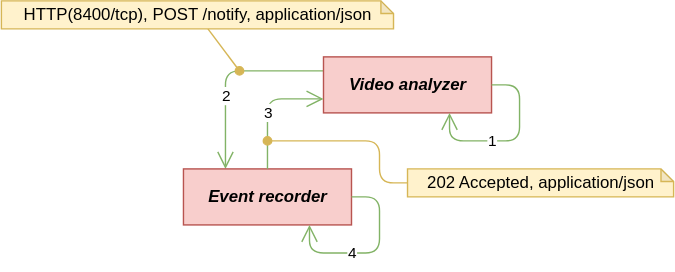
The draw.io diagram docs/sdd/figs/6-5.drawio.svg in skim2048/babycat, before a commit. Source tidied: cells renumbered, new cells last; positions are measured from the earlier drawing's top-left corner, leaving out a move shared by most shapes. Its diagram source:
```xml
<mxGraphModel>
  <root>
    <mxCell id="0" />
    <mxCell id="1" parent="0" />
    <mxCell id="2" value="&amp;nbsp;2&amp;nbsp;" style="edgeStyle=orthogonalEdgeStyle;html=1;endArrow=open;endFill=0;endSize=10;fillColor=#d5e8d4;strokeColor=#82b366;exitX=0;exitY=0.25;exitDx=0;exitDy=0;entryX=0.25;entryY=0;entryDx=0;entryDy=0;" parent="1" edge="1" source="3" target="4">
      <mxGeometry x="0.25" relative="1" as="geometry">
        <Array as="points">
          <mxPoint x="160" y="50" />
        </Array>
      </mxGeometry>
    </mxCell>
    <mxCell id="3" value="Video analyzer" style="rounded=0;whiteSpace=wrap;html=1;fillColor=#f8cecc;strokeColor=#b85450;fontStyle=3;" parent="1" vertex="1">
      <mxGeometry x="230" y="40" width="120" height="40" as="geometry" />
    </mxCell>
    <mxCell id="4" value="Event recorder" style="rounded=0;whiteSpace=wrap;html=1;fillColor=#f8cecc;strokeColor=#b85450;fontStyle=3;" parent="1" vertex="1">
      <mxGeometry x="130" y="120" width="120" height="40" as="geometry" />
    </mxCell>
    <mxCell id="5" value="&amp;nbsp;1&amp;nbsp;" style="edgeStyle=orthogonalEdgeStyle;html=1;endArrow=open;endFill=0;endSize=10;entryX=0.75;entryY=1;entryDx=0;entryDy=0;exitX=1;exitY=0.5;exitDx=0;exitDy=0;fillColor=#d5e8d4;strokeColor=#82b366;innerLoopWaypoints=1;" parent="1" edge="1" source="3" target="3">
      <mxGeometry x="0.23" relative="1" as="geometry">
        <Array as="points">
          <mxPoint x="370" y="60" />
          <mxPoint x="370" y="100" />
          <mxPoint x="320" y="100" />
        </Array>
      </mxGeometry>
    </mxCell>
    <mxCell id="6" value="&amp;nbsp;4&amp;nbsp;" style="edgeStyle=orthogonalEdgeStyle;html=1;endArrow=open;endFill=0;endSize=10;entryX=0.75;entryY=1;entryDx=0;entryDy=0;exitX=1;exitY=0.5;exitDx=0;exitDy=0;fillColor=#d5e8d4;strokeColor=#82b366;innerLoopWaypoints=1;" parent="1" edge="1" source="4" target="4">
      <mxGeometry x="0.23" relative="1" as="geometry">
        <Array as="points">
          <mxPoint x="270" y="140" />
          <mxPoint x="270" y="180" />
          <mxPoint x="220" y="180" />
        </Array>
      </mxGeometry>
    </mxCell>
    <mxCell id="7" value="202 Accepted, application/json" style="shape=note;whiteSpace=wrap;html=1;backgroundOutline=1;darkOpacity=0.05;size=9;fillColor=#fff2cc;strokeColor=#d6b656;" parent="1" vertex="1">
      <mxGeometry x="290" y="120" width="190" height="20" as="geometry" />
    </mxCell>
    <mxCell id="8" value="&amp;nbsp;3&amp;nbsp;" style="edgeStyle=orthogonalEdgeStyle;html=1;endArrow=open;endFill=0;endSize=10;fillColor=#d5e8d4;strokeColor=#82b366;entryX=0;entryY=0.75;entryDx=0;entryDy=0;" parent="1" edge="1" source="4" target="3">
      <mxGeometry x="-0.11" relative="1" as="geometry" />
    </mxCell>
    <mxCell id="9" style="edgeStyle=none;html=1;endArrow=oval;endFill=1;fillColor=#fff2cc;strokeColor=#d6b656;" parent="1" edge="1" source="10">
      <mxGeometry relative="1" as="geometry">
        <mxPoint x="170" y="50" as="targetPoint" />
      </mxGeometry>
    </mxCell>
    <mxCell id="10" value="HTTP(8400/tcp), POST /notify, application/json" style="shape=note;whiteSpace=wrap;html=1;backgroundOutline=1;darkOpacity=0.05;size=9;fillColor=#fff2cc;strokeColor=#d6b656;" parent="1" vertex="1">
      <mxGeometry width="280" height="20" as="geometry" />
    </mxCell>
    <mxCell id="11" style="edgeStyle=orthogonalEdgeStyle;html=1;endArrow=oval;endFill=1;fillColor=#fff2cc;strokeColor=#d6b656;exitX=0;exitY=0.5;exitDx=0;exitDy=0;exitPerimeter=0;" parent="1" edge="1" source="7">
      <mxGeometry relative="1" as="geometry">
        <mxPoint x="190" y="100" as="targetPoint" />
        <Array as="points">
          <mxPoint x="270" y="130" />
          <mxPoint x="270" y="100" />
          <mxPoint x="190" y="100" />
        </Array>
      </mxGeometry>
    </mxCell>
  </root>
</mxGraphModel>
```
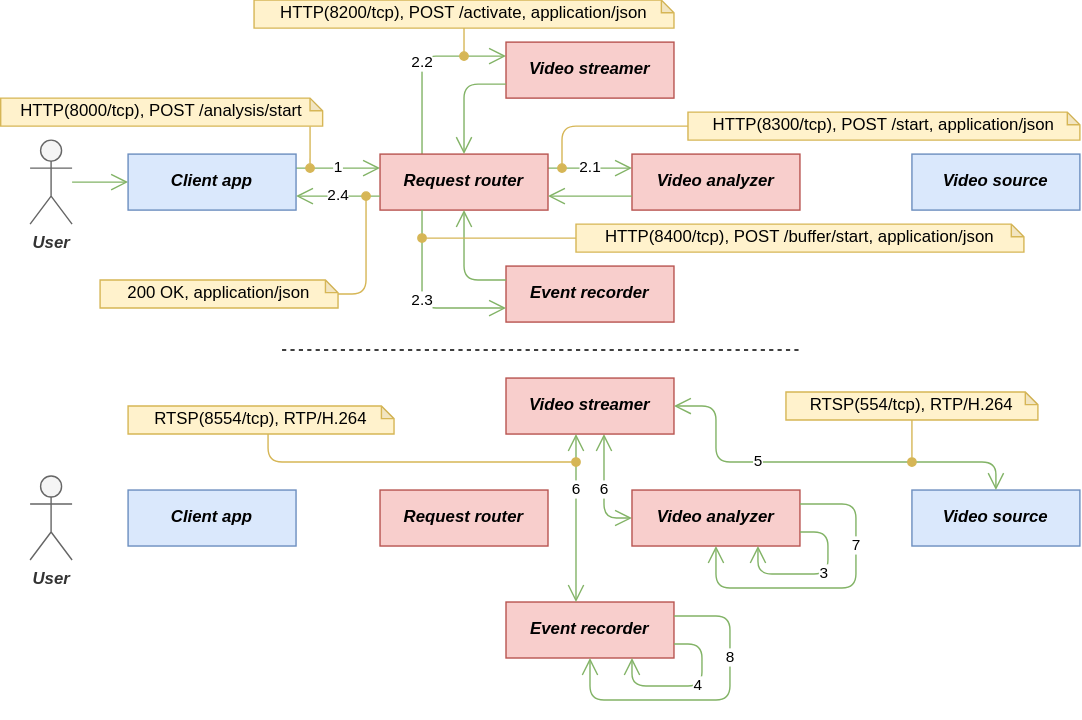
After the commit.

What changed in the source:
```diff
@@ -2,60 +2,209 @@
   <root>
     <mxCell id="0" />
     <mxCell id="1" parent="0" />
-    <mxCell id="2" value="&amp;nbsp;2&amp;nbsp;" style="edgeStyle=orthogonalEdgeStyle;html=1;endArrow=open;endFill=0;endSize=10;fillColor=#d5e8d4;strokeColor=#82b366;exitX=0;exitY=0.25;exitDx=0;exitDy=0;entryX=0.25;entryY=0;entryDx=0;entryDy=0;" parent="1" edge="1" source="3" target="4">
-      <mxGeometry x="0.25" relative="1" as="geometry">
-        <Array as="points">
-          <mxPoint x="160" y="50" />
-        </Array>
-      </mxGeometry>
-    </mxCell>
+    <mxCell id="12" value="6" style="edgeStyle=orthogonalEdgeStyle;html=1;endArrow=open;endFill=0;endSize=10;fillColor=#d5e8d4;strokeColor=#82b366;entryX=0;entryY=0.5;entryDx=0;entryDy=0;startArrow=open;startFill=0;startSize=10;" parent="1" edge="1" source="40" target="39">
+      <mxGeometry relative="1" as="geometry">
+        <Array as="points">
+          <mxPoint x="230" y="300" />
+        </Array>
+      </mxGeometry>
+    </mxCell>
+    <mxCell id="13" style="edgeStyle=none;html=1;endArrow=open;endFill=0;endSize=10;fillColor=#d5e8d4;strokeColor=#82b366;" parent="1" edge="1" source="14" target="15">
+      <mxGeometry relative="1" as="geometry">
+        <Array as="points">
+          <mxPoint x="-130" y="60" />
+        </Array>
+      </mxGeometry>
+    </mxCell>
+    <mxCell id="14" value="User" style="shape=umlActor;verticalLabelPosition=bottom;verticalAlign=top;html=1;outlineConnect=0;fillColor=#f5f5f5;fontColor=#333333;strokeColor=#666666;fontStyle=3;" parent="1" vertex="1">
+      <mxGeometry x="-180" y="30" width="30" height="60" as="geometry" />
+    </mxCell>
+    <mxCell id="5" value="&amp;nbsp;1&amp;nbsp;" style="edgeStyle=none;html=1;endArrow=open;endFill=0;endSize=10;entryX=0;entryY=0.25;entryDx=0;entryDy=0;exitX=1;exitY=0.25;exitDx=0;exitDy=0;fillColor=#d5e8d4;strokeColor=#82b366;" parent="1" edge="1" source="15" target="18">
+      <mxGeometry relative="1" as="geometry" />
+    </mxCell>
+    <mxCell id="15" value="Client app" style="rounded=0;whiteSpace=wrap;html=1;fillColor=#dae8fc;strokeColor=#6c8ebf;fontStyle=3;" parent="1" vertex="1">
+      <mxGeometry x="-110" y="40" width="120" height="40" as="geometry" />
+    </mxCell>
+    <mxCell id="16" value="&amp;nbsp;2.1&amp;nbsp;" style="edgeStyle=none;html=1;endArrow=open;endFill=0;endSize=10;exitX=1;exitY=0.25;exitDx=0;exitDy=0;entryX=0;entryY=0.25;entryDx=0;entryDy=0;fillColor=#d5e8d4;strokeColor=#82b366;" parent="1" edge="1" source="18" target="3">
+      <mxGeometry relative="1" as="geometry" />
+    </mxCell>
+    <mxCell id="17" value="&amp;nbsp;2.2&amp;nbsp;" style="edgeStyle=orthogonalEdgeStyle;html=1;endArrow=open;endFill=0;endSize=10;entryX=0;entryY=0.25;entryDx=0;entryDy=0;exitX=0.25;exitY=0;exitDx=0;exitDy=0;fillColor=#d5e8d4;strokeColor=#82b366;" parent="1" edge="1" source="18" target="19">
+      <mxGeometry relative="1" as="geometry" />
+    </mxCell>
+    <mxCell id="18" value="Request router" style="rounded=0;whiteSpace=wrap;html=1;fillColor=#f8cecc;strokeColor=#b85450;fontStyle=3;" parent="1" vertex="1">
+      <mxGeometry x="70" y="40" width="120" height="40" as="geometry" />
+    </mxCell>
     <mxCell id="3" value="Video analyzer" style="rounded=0;whiteSpace=wrap;html=1;fillColor=#f8cecc;strokeColor=#b85450;fontStyle=3;" parent="1" vertex="1">
-      <mxGeometry x="230" y="40" width="120" height="40" as="geometry" />
+      <mxGeometry x="250" y="40" width="120" height="40" as="geometry" />
     </mxCell>
+    <mxCell id="19" value="Video streamer" style="rounded=0;whiteSpace=wrap;html=1;fillColor=#f8cecc;strokeColor=#b85450;fontStyle=3;" parent="1" vertex="1">
+      <mxGeometry x="160" y="-40" width="120" height="40" as="geometry" />
+    </mxCell>
     <mxCell id="4" value="Event recorder" style="rounded=0;whiteSpace=wrap;html=1;fillColor=#f8cecc;strokeColor=#b85450;fontStyle=3;" parent="1" vertex="1">
-      <mxGeometry x="130" y="120" width="120" height="40" as="geometry" />
+      <mxGeometry x="160" y="120" width="120" height="40" as="geometry" />
     </mxCell>
-    <mxCell id="5" value="&amp;nbsp;1&amp;nbsp;" style="edgeStyle=orthogonalEdgeStyle;html=1;endArrow=open;endFill=0;endSize=10;entryX=0.75;entryY=1;entryDx=0;entryDy=0;exitX=1;exitY=0.5;exitDx=0;exitDy=0;fillColor=#d5e8d4;strokeColor=#82b366;innerLoopWaypoints=1;" parent="1" edge="1" source="3" target="3">
-      <mxGeometry x="0.23" relative="1" as="geometry">
-        <Array as="points">
-          <mxPoint x="370" y="60" />
-          <mxPoint x="370" y="100" />
-          <mxPoint x="320" y="100" />
-        </Array>
-      </mxGeometry>
-    </mxCell>
+    <mxCell id="20" value="Video source" style="rounded=0;whiteSpace=wrap;html=1;fillColor=#dae8fc;strokeColor=#6c8ebf;fontStyle=3;" parent="1" vertex="1">
+      <mxGeometry x="450" y="40" width="120" height="40" as="geometry" />
+    </mxCell>
+    <mxCell id="21" style="edgeStyle=orthogonalEdgeStyle;html=1;endArrow=open;endFill=0;endSize=10;entryX=0.5;entryY=0;entryDx=0;entryDy=0;exitX=0;exitY=0.75;exitDx=0;exitDy=0;fillColor=#d5e8d4;strokeColor=#82b366;" parent="1" edge="1" source="19" target="18">
+      <mxGeometry x="-0.11" relative="1" as="geometry" />
+    </mxCell>
+    <mxCell id="22" value="&amp;nbsp;2.3&amp;nbsp;" style="edgeStyle=orthogonalEdgeStyle;html=1;endArrow=open;endFill=0;endSize=10;entryX=0;entryY=0.75;entryDx=0;entryDy=0;exitX=0.25;exitY=1;exitDx=0;exitDy=0;fillColor=#d5e8d4;strokeColor=#82b366;" parent="1" edge="1" source="18" target="4">
+      <mxGeometry relative="1" as="geometry" />
+    </mxCell>
+    <mxCell id="23" style="edgeStyle=orthogonalEdgeStyle;html=1;endArrow=open;endFill=0;endSize=10;entryX=0.5;entryY=1;entryDx=0;entryDy=0;exitX=0;exitY=0.25;exitDx=0;exitDy=0;fillColor=#d5e8d4;strokeColor=#82b366;" parent="1" edge="1" source="4" target="18">
+      <mxGeometry x="-0.11" relative="1" as="geometry" />
+    </mxCell>
+    <mxCell id="24" style="edgeStyle=none;html=1;endArrow=open;endFill=0;endSize=10;exitX=0;exitY=0.75;exitDx=0;exitDy=0;entryX=1;entryY=0.75;entryDx=0;entryDy=0;fillColor=#d5e8d4;strokeColor=#82b366;" parent="1" edge="1" source="3" target="18">
+      <mxGeometry relative="1" as="geometry" />
+    </mxCell>
+    <mxCell id="25" value="&amp;nbsp;2.4&amp;nbsp;" style="edgeStyle=none;html=1;endArrow=open;endFill=0;endSize=10;exitX=0;exitY=0.75;exitDx=0;exitDy=0;entryX=1;entryY=0.75;entryDx=0;entryDy=0;fillColor=#d5e8d4;strokeColor=#82b366;" parent="1" edge="1" source="18" target="15">
+      <mxGeometry relative="1" as="geometry" />
+    </mxCell>
+    <mxCell id="26" value="HTTP(8000/tcp), POST /analysis/start" style="shape=note;whiteSpace=wrap;html=1;backgroundOutline=1;darkOpacity=0.05;size=9;fillColor=#fff2cc;strokeColor=#d6b656;" parent="1" vertex="1">
+      <mxGeometry x="-201" width="230" height="20" as="geometry" />
+    </mxCell>
+    <mxCell id="27" style="edgeStyle=none;html=1;endArrow=oval;endFill=1;fillColor=#fff2cc;strokeColor=#d6b656;exitX=0.961;exitY=1.01;exitDx=0;exitDy=0;exitPerimeter=0;" parent="1" edge="1" source="26">
+      <mxGeometry relative="1" as="geometry">
+        <mxPoint x="20" y="50" as="targetPoint" />
+      </mxGeometry>
+    </mxCell>
+    <mxCell id="28" value="HTTP(8200/tcp), POST /activate, application/json" style="shape=note;whiteSpace=wrap;html=1;backgroundOutline=1;darkOpacity=0.05;size=9;fillColor=#fff2cc;strokeColor=#d6b656;" parent="1" vertex="1">
+      <mxGeometry x="-20" y="-70" width="300" height="20" as="geometry" />
+    </mxCell>
+    <mxCell id="29" style="edgeStyle=none;html=1;endArrow=oval;endFill=1;fillColor=#fff2cc;strokeColor=#d6b656;" parent="1" edge="1" source="28">
+      <mxGeometry relative="1" as="geometry">
+        <mxPoint x="130" y="-30" as="targetPoint" />
+      </mxGeometry>
+    </mxCell>
+    <mxCell id="30" value="HTTP(8300/tcp), POST /start, application/json" style="shape=note;whiteSpace=wrap;html=1;backgroundOutline=1;darkOpacity=0.05;size=9;fillColor=#fff2cc;strokeColor=#d6b656;" parent="1" vertex="1">
+      <mxGeometry x="290" y="10" width="280" height="20" as="geometry" />
+    </mxCell>
+    <mxCell id="31" style="edgeStyle=orthogonalEdgeStyle;html=1;endArrow=oval;endFill=1;fillColor=#fff2cc;strokeColor=#d6b656;exitX=0;exitY=0.5;exitDx=0;exitDy=0;exitPerimeter=0;" parent="1" edge="1" source="30">
+      <mxGeometry relative="1" as="geometry">
+        <mxPoint x="200" y="50" as="targetPoint" />
+      </mxGeometry>
+    </mxCell>
+    <mxCell id="32" value="HTTP(8400/tcp), POST /buffer/start, application/json" style="shape=note;whiteSpace=wrap;html=1;backgroundOutline=1;darkOpacity=0.05;size=9;fillColor=#fff2cc;strokeColor=#d6b656;" parent="1" vertex="1">
+      <mxGeometry x="210" y="90" width="320" height="20" as="geometry" />
+    </mxCell>
+    <mxCell id="33" style="edgeStyle=none;html=1;endArrow=oval;endFill=1;fillColor=#fff2cc;strokeColor=#d6b656;" parent="1" edge="1" source="32">
+      <mxGeometry relative="1" as="geometry">
+        <mxPoint x="100" y="100" as="targetPoint" />
+        <Array as="points">
+          <mxPoint x="150" y="100" />
+        </Array>
+      </mxGeometry>
+    </mxCell>
+    <mxCell id="34" value="200 OK, application/json" style="shape=note;whiteSpace=wrap;html=1;backgroundOutline=1;darkOpacity=0.05;size=9;fillColor=#fff2cc;strokeColor=#d6b656;" parent="1" vertex="1">
+      <mxGeometry x="-130" y="130" width="170" height="20" as="geometry" />
+    </mxCell>
+    <mxCell id="35" style="edgeStyle=orthogonalEdgeStyle;html=1;endArrow=oval;endFill=1;fillColor=#fff2cc;strokeColor=#d6b656;" parent="1" edge="1" source="34">
+      <mxGeometry relative="1" as="geometry">
+        <mxPoint x="60" y="70" as="targetPoint" />
+      </mxGeometry>
+    </mxCell>
+    <mxCell id="36" value="User" style="shape=umlActor;verticalLabelPosition=bottom;verticalAlign=top;html=1;fillColor=#f5f5f5;fontColor=#333333;strokeColor=#666666;fontStyle=3;" parent="1" vertex="1">
+      <mxGeometry x="-180" y="270" width="30" height="60" as="geometry" />
+    </mxCell>
+    <mxCell id="37" value="Client app" style="rounded=0;whiteSpace=wrap;html=1;fillColor=#dae8fc;strokeColor=#6c8ebf;fontStyle=3;" parent="1" vertex="1">
+      <mxGeometry x="-110" y="280" width="120" height="40" as="geometry" />
+    </mxCell>
+    <mxCell id="38" value="Request router" style="rounded=0;whiteSpace=wrap;html=1;fillColor=#f8cecc;strokeColor=#b85450;fontStyle=3;" parent="1" vertex="1">
+      <mxGeometry x="70" y="280" width="120" height="40" as="geometry" />
+    </mxCell>
+    <mxCell id="39" value="Video analyzer" style="rounded=0;whiteSpace=wrap;html=1;fillColor=#f8cecc;strokeColor=#b85450;fontStyle=3;" parent="1" vertex="1">
+      <mxGeometry x="250" y="280" width="120" height="40" as="geometry" />
+    </mxCell>
+    <mxCell id="40" value="Video streamer" style="rounded=0;whiteSpace=wrap;html=1;fillColor=#f8cecc;strokeColor=#b85450;fontStyle=3;" parent="1" vertex="1">
+      <mxGeometry x="160" y="200" width="120" height="40" as="geometry" />
+    </mxCell>
+    <mxCell id="41" value="Event recorder" style="rounded=0;whiteSpace=wrap;html=1;fillColor=#f8cecc;strokeColor=#b85450;fontStyle=3;" parent="1" vertex="1">
+      <mxGeometry x="160" y="360" width="120" height="40" as="geometry" />
+    </mxCell>
+    <mxCell id="42" value="Video source" style="rounded=0;whiteSpace=wrap;html=1;fillColor=#dae8fc;strokeColor=#6c8ebf;fontStyle=3;" parent="1" vertex="1">
+      <mxGeometry x="450" y="280" width="120" height="40" as="geometry" />
+    </mxCell>
+    <mxCell id="8" value="&amp;nbsp;3&amp;nbsp;" style="edgeStyle=orthogonalEdgeStyle;html=1;endArrow=open;endFill=0;endSize=10;entryX=0.75;entryY=1;entryDx=0;entryDy=0;exitX=1;exitY=0.75;exitDx=0;exitDy=0;fillColor=#d5e8d4;strokeColor=#82b366;innerLoopWaypoints=1;" parent="1" edge="1" source="39" target="39">
+      <mxGeometry x="-0.11" relative="1" as="geometry">
+        <Array as="points">
+          <mxPoint x="390" y="310" />
+          <mxPoint x="390" y="340" />
+          <mxPoint x="340" y="340" />
+        </Array>
+      </mxGeometry>
+    </mxCell>
-    <mxCell id="6" value="&amp;nbsp;4&amp;nbsp;" style="edgeStyle=orthogonalEdgeStyle;html=1;endArrow=open;endFill=0;endSize=10;entryX=0.75;entryY=1;entryDx=0;entryDy=0;exitX=1;exitY=0.5;exitDx=0;exitDy=0;fillColor=#d5e8d4;strokeColor=#82b366;innerLoopWaypoints=1;" parent="1" edge="1" source="4" target="4">
-      <mxGeometry x="0.23" relative="1" as="geometry">
+    <mxCell id="6" value="&amp;nbsp;4&amp;nbsp;" style="edgeStyle=orthogonalEdgeStyle;html=1;endArrow=open;endFill=0;endSize=10;entryX=0.75;entryY=1;entryDx=0;entryDy=0;exitX=1;exitY=0.75;exitDx=0;exitDy=0;fillColor=#d5e8d4;strokeColor=#82b366;innerLoopWaypoints=1;" parent="1" edge="1" source="41" target="41">
+      <mxGeometry x="-0.11" relative="1" as="geometry">
         <Array as="points">
-          <mxPoint x="270" y="140" />
-          <mxPoint x="270" y="180" />
-          <mxPoint x="220" y="180" />
+          <mxPoint x="300" y="390" />
+          <mxPoint x="300" y="420" />
+          <mxPoint x="250" y="420" />
         </Array>
       </mxGeometry>
     </mxCell>
-    <mxCell id="7" value="202 Accepted, application/json" style="shape=note;whiteSpace=wrap;html=1;backgroundOutline=1;darkOpacity=0.05;size=9;fillColor=#fff2cc;strokeColor=#d6b656;" parent="1" vertex="1">
-      <mxGeometry x="290" y="120" width="190" height="20" as="geometry" />
-    </mxCell>
-    <mxCell id="8" value="&amp;nbsp;3&amp;nbsp;" style="edgeStyle=orthogonalEdgeStyle;html=1;endArrow=open;endFill=0;endSize=10;fillColor=#d5e8d4;strokeColor=#82b366;entryX=0;entryY=0.75;entryDx=0;entryDy=0;" parent="1" edge="1" source="4" target="3">
-      <mxGeometry x="-0.11" relative="1" as="geometry" />
-    </mxCell>
-    <mxCell id="9" style="edgeStyle=none;html=1;endArrow=oval;endFill=1;fillColor=#fff2cc;strokeColor=#d6b656;" parent="1" edge="1" source="10">
-      <mxGeometry relative="1" as="geometry">
-        <mxPoint x="170" y="50" as="targetPoint" />
-      </mxGeometry>
-    </mxCell>
-    <mxCell id="10" value="HTTP(8400/tcp), POST /notify, application/json" style="shape=note;whiteSpace=wrap;html=1;backgroundOutline=1;darkOpacity=0.05;size=9;fillColor=#fff2cc;strokeColor=#d6b656;" parent="1" vertex="1">
-      <mxGeometry width="280" height="20" as="geometry" />
-    </mxCell>
-    <mxCell id="11" style="edgeStyle=orthogonalEdgeStyle;html=1;endArrow=oval;endFill=1;fillColor=#fff2cc;strokeColor=#d6b656;exitX=0;exitY=0.5;exitDx=0;exitDy=0;exitPerimeter=0;" parent="1" edge="1" source="7">
-      <mxGeometry relative="1" as="geometry">
-        <mxPoint x="190" y="100" as="targetPoint" />
-        <Array as="points">
-          <mxPoint x="270" y="130" />
-          <mxPoint x="270" y="100" />
-          <mxPoint x="190" y="100" />
-        </Array>
-      </mxGeometry>
-    </mxCell>
+    <mxCell id="43" value="&amp;nbsp;5&amp;nbsp;" style="edgeStyle=orthogonalEdgeStyle;html=1;endArrow=open;endFill=0;endSize=10;fillColor=#d5e8d4;strokeColor=#82b366;startArrow=open;startFill=0;startSize=10;exitX=1;exitY=0.5;exitDx=0;exitDy=0;" parent="1" edge="1" source="40" target="42">
+      <mxGeometry x="-0.31" relative="1" as="geometry">
+        <Array as="points">
+          <mxPoint x="310" y="220" />
+          <mxPoint x="310" y="260" />
+          <mxPoint x="510" y="260" />
+        </Array>
+      </mxGeometry>
+    </mxCell>
+    <mxCell id="44" value="&amp;nbsp;7&amp;nbsp;" style="edgeStyle=orthogonalEdgeStyle;html=1;endArrow=open;endFill=0;endSize=10;entryX=0.5;entryY=1;entryDx=0;entryDy=0;exitX=1;exitY=0.25;exitDx=0;exitDy=0;fillColor=#d5e8d4;strokeColor=#82b366;innerLoopWaypoints=1;" parent="1" edge="1" source="39" target="39">
+      <mxGeometry x="-0.39" relative="1" as="geometry">
+        <Array as="points">
+          <mxPoint x="410" y="290" />
+          <mxPoint x="410" y="350" />
+          <mxPoint x="310" y="350" />
+        </Array>
+      </mxGeometry>
+    </mxCell>
+    <mxCell id="45" value="&amp;nbsp;8&amp;nbsp;" style="edgeStyle=orthogonalEdgeStyle;html=1;endArrow=open;endFill=0;endSize=10;entryX=0.5;entryY=1;entryDx=0;entryDy=0;exitX=1;exitY=0.25;exitDx=0;exitDy=0;fillColor=#d5e8d4;strokeColor=#82b366;innerLoopWaypoints=1;" parent="1" edge="1" source="41" target="41">
+      <mxGeometry x="-0.39" relative="1" as="geometry">
+        <Array as="points">
+          <mxPoint x="320" y="370" />
+          <mxPoint x="320" y="430" />
+          <mxPoint x="220" y="430" />
+        </Array>
+      </mxGeometry>
+    </mxCell>
+    <mxCell id="46" value="RTSP(554/tcp), RTP/H.264" style="shape=note;whiteSpace=wrap;html=1;backgroundOutline=1;darkOpacity=0.05;size=9;fillColor=#fff2cc;strokeColor=#d6b656;" parent="1" vertex="1">
+      <mxGeometry x="360" y="210" width="180" height="20" as="geometry" />
+    </mxCell>
+    <mxCell id="47" style="html=1;endArrow=oval;endFill=1;fillColor=#fff2cc;strokeColor=#d6b656;" parent="1" edge="1" source="46">
+      <mxGeometry relative="1" as="geometry">
+        <mxPoint x="450" y="260" as="targetPoint" />
+        <Array as="points">
+          <mxPoint x="450" y="240" />
+        </Array>
+      </mxGeometry>
+    </mxCell>
+    <mxCell id="48" value="&amp;nbsp;6&amp;nbsp;" style="edgeStyle=orthogonalEdgeStyle;html=1;endArrow=open;endFill=0;endSize=10;fillColor=#d5e8d4;strokeColor=#82b366;startArrow=open;startFill=0;startSize=10;" parent="1" edge="1" source="40" target="41">
+      <mxGeometry x="-0.33" relative="1" as="geometry">
+        <Array as="points">
+          <mxPoint x="210" y="300" />
+          <mxPoint x="210" y="300" />
+        </Array>
+      </mxGeometry>
+    </mxCell>
+    <mxCell id="49" value="RTSP(8554/tcp), RTP/H.264" style="shape=note;whiteSpace=wrap;html=1;backgroundOutline=1;darkOpacity=0.05;size=9;fillColor=#fff2cc;strokeColor=#d6b656;" parent="1" vertex="1">
+      <mxGeometry x="-110" y="220" width="190" height="20" as="geometry" />
+    </mxCell>
+    <mxCell id="50" style="html=1;endArrow=oval;endFill=1;fillColor=#fff2cc;strokeColor=#d6b656;edgeStyle=orthogonalEdgeStyle;" parent="1" edge="1" source="49">
+      <mxGeometry relative="1" as="geometry">
+        <mxPoint x="210" y="260" as="targetPoint" />
+        <Array as="points">
+          <mxPoint x="-10" y="260" />
+        </Array>
+      </mxGeometry>
+    </mxCell>
+    <mxCell id="51" style="endArrow=none;dashed=1;html=1;" parent="1" edge="1">
+      <mxGeometry relative="1" as="geometry">
+        <mxPoint y="180" as="sourcePoint" />
+        <mxPoint x="370" y="180" as="targetPoint" />
+      </mxGeometry>
+    </mxCell>
   </root>
 </mxGraphModel>
```
